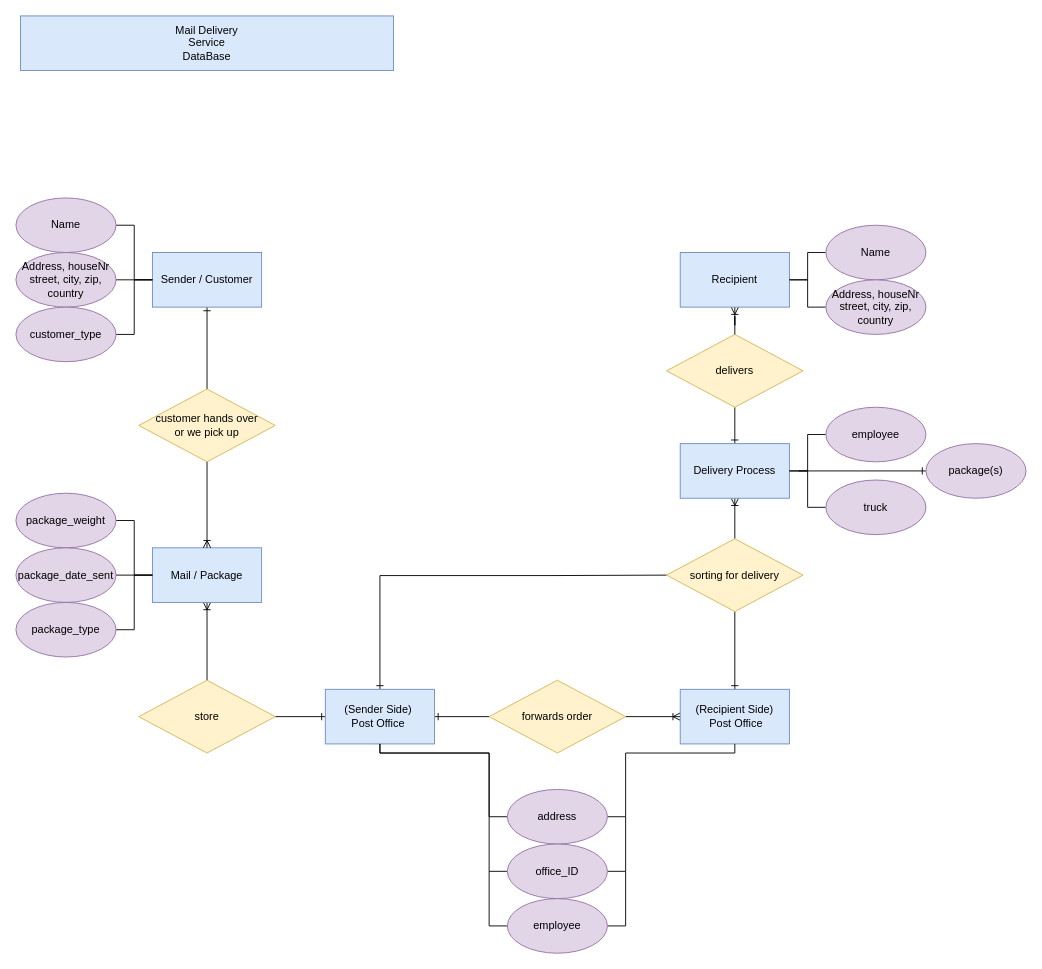
The draw.io diagram diagrams/2 - Entity Relationship Model - Delivery.drawio in cBodenwinkler/CFLMS-Bodenwinkler-CodeReview-09, before the edit. Source tidied: cells renumbered, new cells numbered last; positions are measured from the earlier drawing's top-left corner, leaving out a move shared by most shapes. Both pictures are drawn from the tidied source at 91%, with x=0, y=0 at pixel (15, 15).
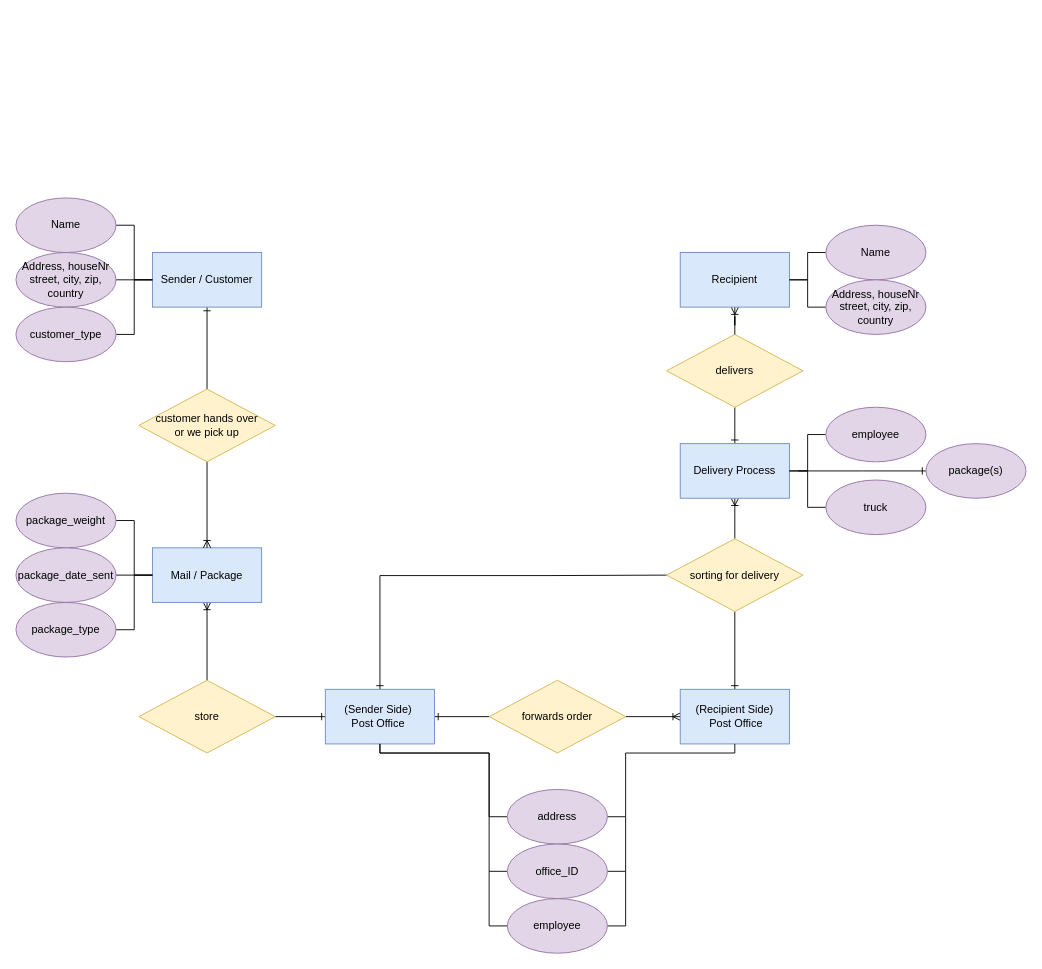
Above is the later version.

What changed in the source:
```diff
@@
-    <mxCell id="2" value="Mail Delivery&lt;br&gt;Service&lt;br&gt;DataBase" style="rounded=0;whiteSpace=wrap;html=1;fillColor=#dae8fc;strokeColor=#6c8ebf;" parent="1" vertex="1">
-      <mxGeometry x="5" width="410" height="60" as="geometry" />
-    </mxCell>
```
